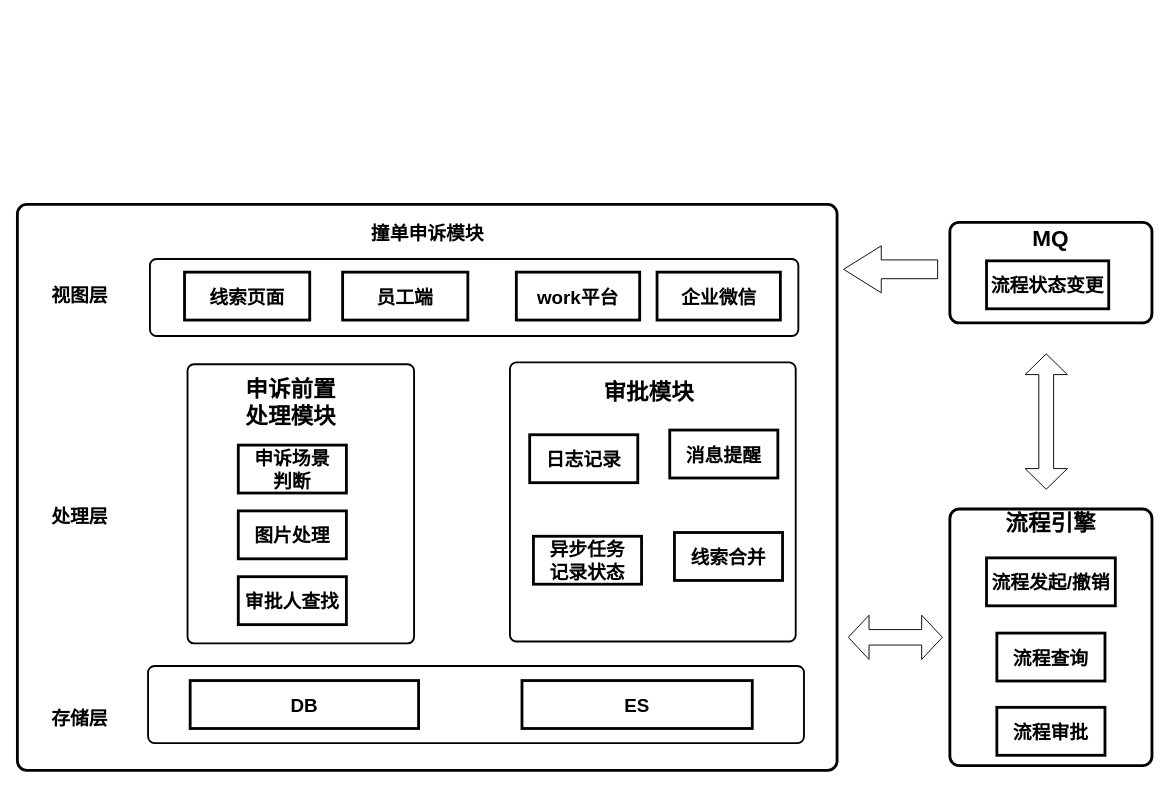
Earlier version of the draw.io diagram pic/架构设计.drawio (anze1314/picture). Source tidied: cells renumbered, new cells numbered last; positions are measured from the earlier drawing's top-left corner, leaving out a move shared by most shapes. Both pictures are drawn from the tidied source at 94%, with x=0, y=0 at pixel (17, 204).
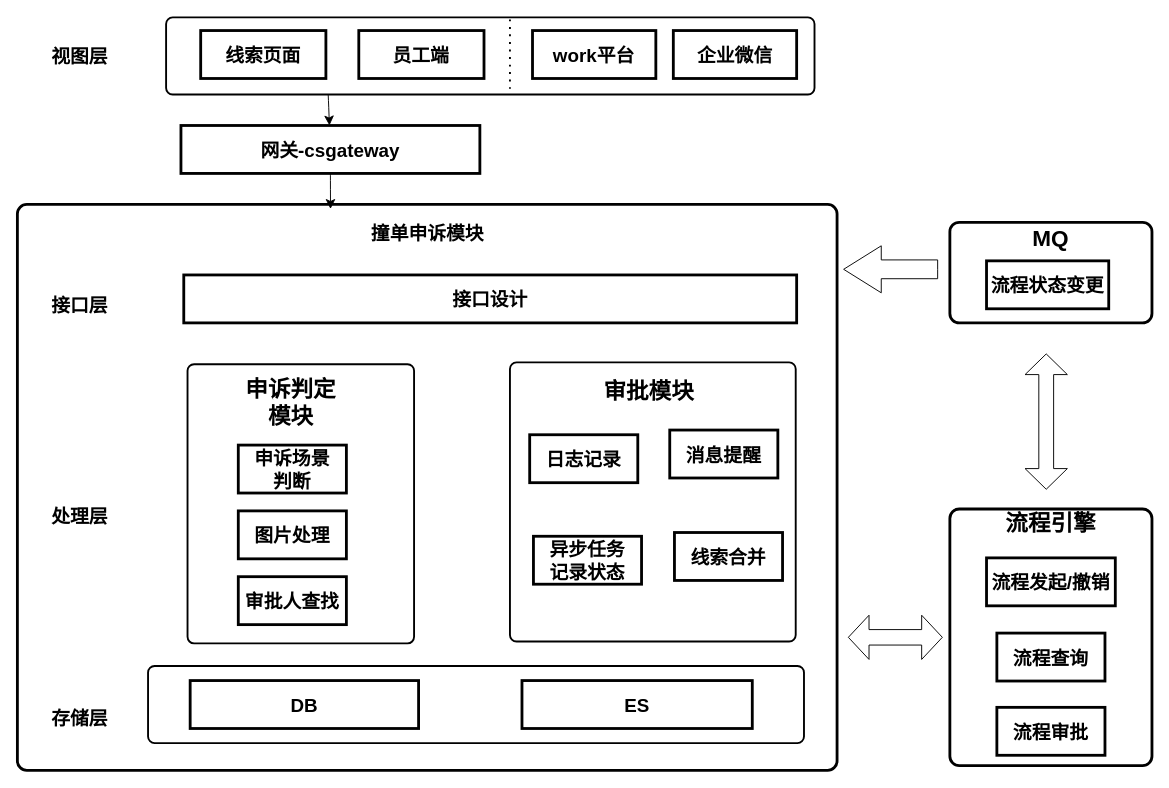
The same diagram, later.

Commit message:
更新架构设计.drawio

The change refers to these unchanged cells:
```xml
<mxCell id="2" style="points=[[0.25,0,0],[0.5,0,0],[0.75,0,0],[1,0.25,0],[1,0.5,0],[1,0.75,0],[0.75,1,0],[0.5,1,0],[0.25,1,0],[0,0.75,0],[0,0.5,0],[0,0.25,0]];shape=mxgraph.bpmn.task;whiteSpace=wrap;rectStyle=rounded;size=10;html=1;taskMarker=abstract;strokeWidth=3;fontStyle=1;" parent="1" vertex="1">
  <mxGeometry width="872" height="602" as="geometry" />
</mxCell>
```

The edit, as a diff of the source:
```diff
@@
-    <mxCell id="6" value="&lt;font style=&quot;font-size: 20px;&quot;&gt;视图层&lt;/font&gt;" style="text;html=1;align=center;verticalAlign=middle;whiteSpace=wrap;rounded=0;fontSize=16;fontStyle=1;" parent="2" vertex="1">
-      <mxGeometry y="81" width="132.6" height="30" as="geometry" />
-    </mxCell>
+    <mxCell id="37" value="&lt;span style=&quot;font-size: 20px;&quot;&gt;接口层&lt;/span&gt;" style="text;html=1;align=center;verticalAlign=middle;whiteSpace=wrap;rounded=0;fontSize=16;fontStyle=1;" parent="2" vertex="1">
+      <mxGeometry y="92" width="132.6" height="30" as="geometry" />
+    </mxCell>
+    <mxCell id="38" value="接口设计" style="rounded=0;whiteSpace=wrap;html=1;strokeWidth=3;fontSize=20;fontStyle=1;" parent="2" vertex="1">
+      <mxGeometry x="177" y="75" width="652" height="51" as="geometry" />
+    </mxCell>
@@
-    <mxCell id="18" value="&lt;font style=&quot;font-size: 24px;&quot;&gt;申诉前置&lt;/font&gt;&lt;div style=&quot;font-size: 24px;&quot;&gt;&lt;font style=&quot;font-size: 24px;&quot;&gt;处理模块&lt;/font&gt;&lt;/div&gt;" style="text;html=1;align=center;verticalAlign=middle;whiteSpace=wrap;rounded=0;fontSize=24;fontStyle=1;" parent="1" vertex="1">
+    <mxCell id="18" value="&lt;font style=&quot;font-size: 24px;&quot;&gt;申诉判定&lt;/font&gt;&lt;div&gt;&lt;span style=&quot;background-color: initial;&quot;&gt;模块&lt;/span&gt;&lt;/div&gt;" style="text;html=1;align=center;verticalAlign=middle;whiteSpace=wrap;rounded=0;fontSize=24;fontStyle=1;" parent="1" vertex="1">
       <mxGeometry x="228.8" y="196" width="123.5" height="30" as="geometry" />
     </mxCell>
@@
+    <mxCell id="39" style="edgeStyle=none;curved=1;rounded=0;jettySize=auto;html=1;exitX=0.25;exitY=1;exitDx=0;exitDy=0;fontSize=12;startSize=8;endSize=8;" parent="1" edge="1" source="29" target="40">
+      <mxGeometry relative="1" as="geometry" />
+    </mxCell>
     <mxCell id="29" style="rounded=1;whiteSpace=wrap;html=1;absoluteArcSize=1;arcSize=14;strokeWidth=2;fontStyle=1;" parent="1" vertex="1">
-      <mxGeometry x="141" y="58" width="689.8" height="82" as="geometry" />
+      <mxGeometry x="158.2" y="-199" width="689.8" height="82" as="geometry" />
     </mxCell>
     <mxCell id="30" value="线索页面" style="rounded=0;whiteSpace=wrap;html=1;strokeWidth=3;fontSize=20;fontStyle=1;flipH=1;" parent="1" vertex="1">
-      <mxGeometry x="177.8" y="72" width="133.2" height="51" as="geometry" />
+      <mxGeometry x="195" y="-185" width="133.2" height="51" as="geometry" />
     </mxCell>
     <mxCell id="31" value="work平台" style="rounded=0;whiteSpace=wrap;html=1;strokeWidth=3;fontSize=20;fontStyle=1;flipH=1;" parent="1" vertex="1">
-      <mxGeometry x="530.8" y="72" width="131.2" height="51" as="geometry" />
+      <mxGeometry x="548" y="-185" width="131.2" height="51" as="geometry" />
     </mxCell>
     <mxCell id="32" value="员工端" style="rounded=0;whiteSpace=wrap;html=1;strokeWidth=3;fontSize=20;fontStyle=1;flipH=1;" parent="1" vertex="1">
-      <mxGeometry x="346" y="72" width="133.2" height="51" as="geometry" />
+      <mxGeometry x="363.2" y="-185" width="133.2" height="51" as="geometry" />
     </mxCell>
     <mxCell id="33" value="企业微信" style="rounded=0;whiteSpace=wrap;html=1;strokeWidth=3;fontSize=20;fontStyle=1;flipH=1;" parent="1" vertex="1">
-      <mxGeometry x="680.5" y="72" width="131.2" height="51" as="geometry" />
+      <mxGeometry x="697.8" y="-185" width="131.2" height="51" as="geometry" />
     </mxCell>
@@
+    <mxCell id="6" value="&lt;font style=&quot;font-size: 20px;&quot;&gt;视图层&lt;/font&gt;" style="text;html=1;align=center;verticalAlign=middle;whiteSpace=wrap;rounded=0;fontSize=16;fontStyle=1;" parent="1" vertex="1">
+      <mxGeometry y="-173" width="132.6" height="30" as="geometry" />
+    </mxCell>
+    <mxCell id="40" value="网关-csgateway" style="rounded=0;whiteSpace=wrap;html=1;strokeWidth=3;fontSize=20;fontStyle=1;" parent="1" vertex="1">
+      <mxGeometry x="174" y="-84" width="318" height="51" as="geometry" />
+    </mxCell>
+    <mxCell id="41" style="edgeStyle=none;curved=1;rounded=0;jettySize=auto;html=1;exitX=0.5;exitY=1;exitDx=0;exitDy=0;entryX=0.382;entryY=0.008;entryDx=0;entryDy=0;entryPerimeter=0;fontSize=12;startSize=8;endSize=8;" parent="1" edge="1" source="40" target="2">
+      <mxGeometry relative="1" as="geometry" />
+    </mxCell>
+    <mxCell id="42" style="endArrow=none;dashed=1;html=1;dashPattern=1 3;strokeWidth=2;rounded=0;fontSize=12;startSize=8;endSize=8;curved=1;" parent="1" edge="1">
+      <mxGeometry relative="1" as="geometry">
+        <mxPoint x="524" y="-123" as="sourcePoint" />
+        <mxPoint x="524" y="-199" as="targetPoint" />
+      </mxGeometry>
+    </mxCell>
```
